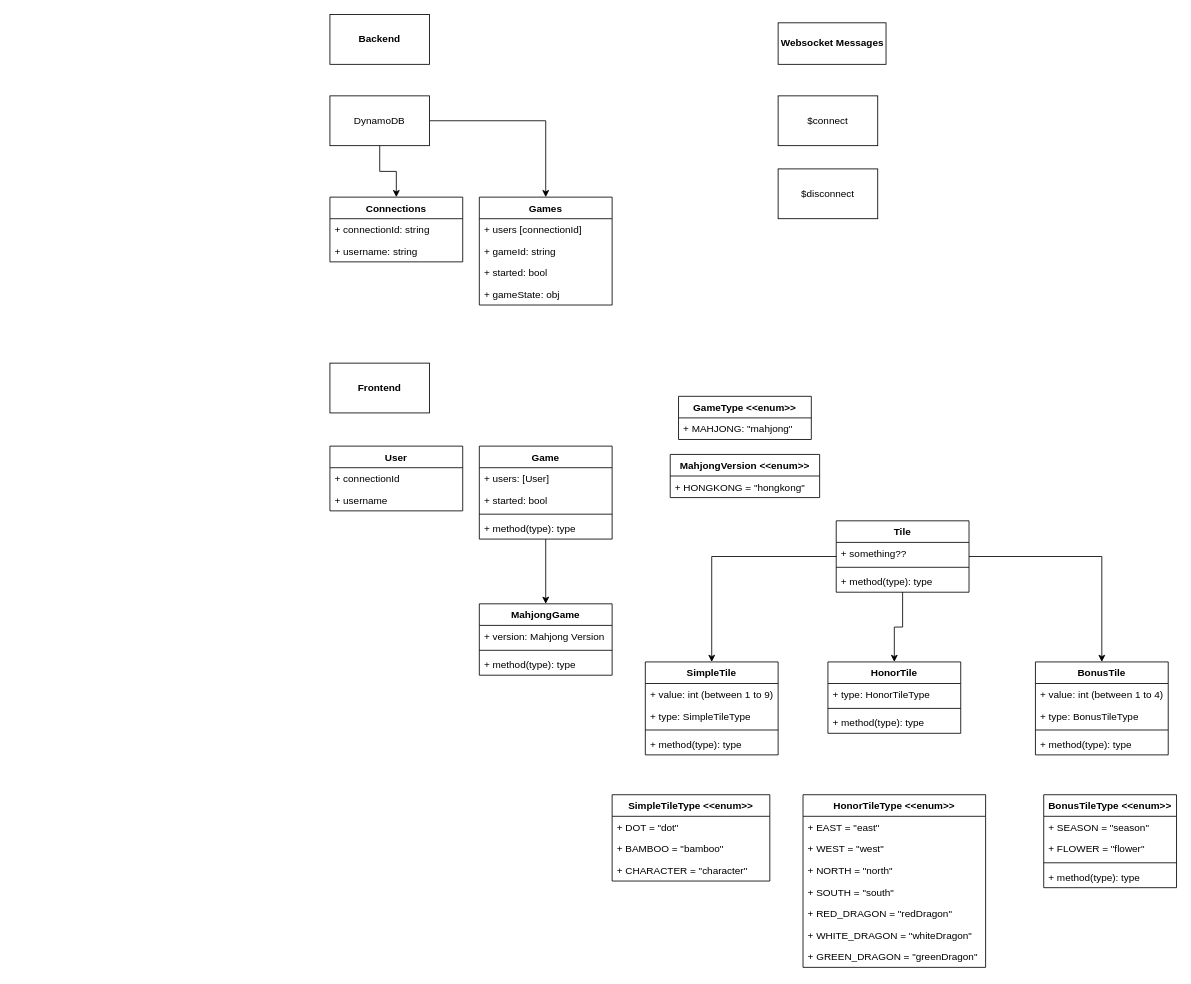
The draw.io diagram docs/Mahjong UML.drawio in GamblingKings/GamblingKingsFrontEnd, before the edit. Source tidied: cells renumbered, new cells numbered last; positions are measured from the earlier drawing's top-left corner, leaving out a move shared by most shapes. Both pictures are drawn from the tidied source at 83%, with x=0, y=0 at pixel (330, 14).
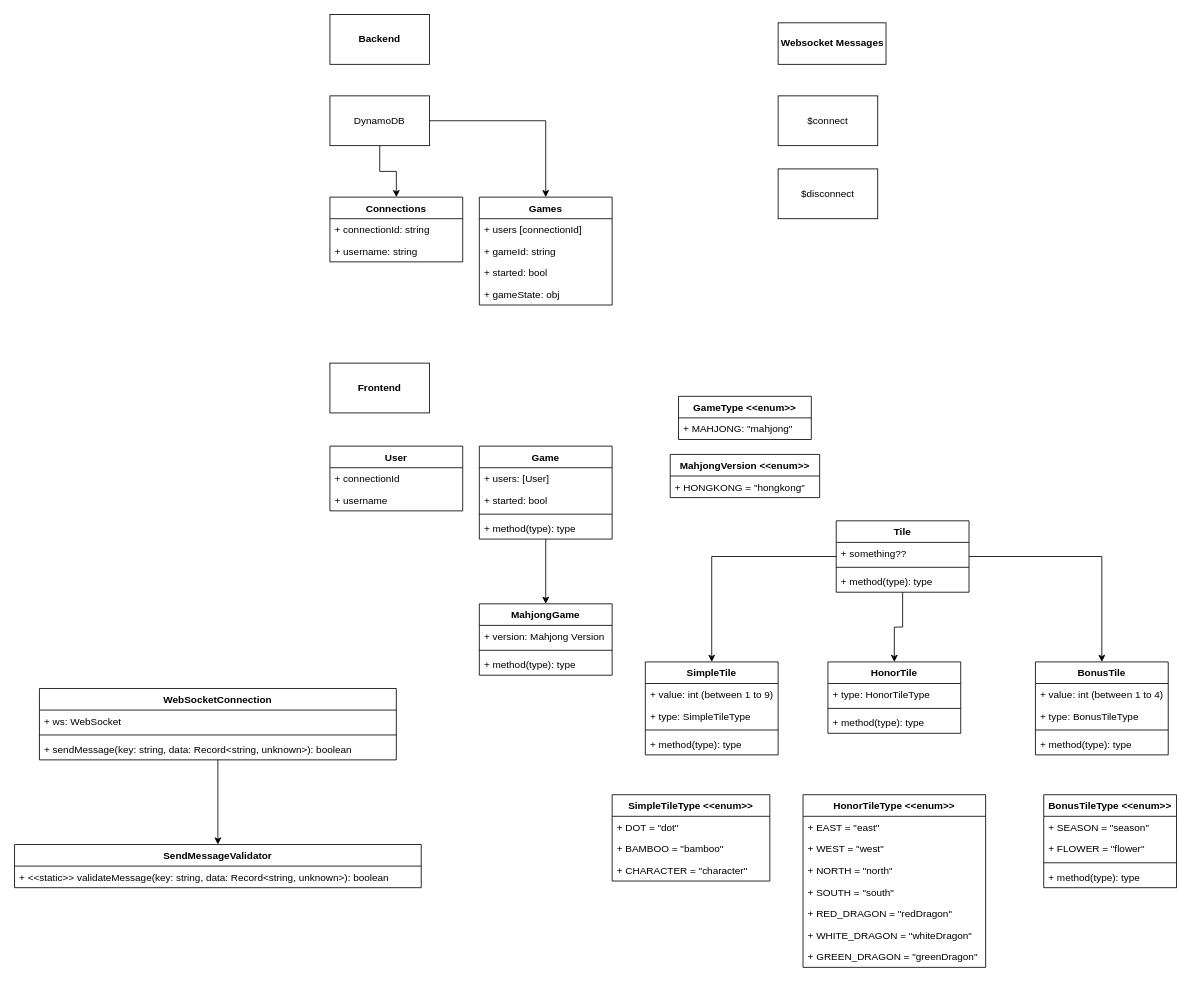
The same page after the edit.

Commit message (it also covers changes not shown here):
Implement WebSocketConnection class.

What changed in the source:
```diff
@@
+    <mxCell id="73" style="edgeStyle=orthogonalEdgeStyle;rounded=0;jettySize=auto;html=1;" parent="1" edge="1" source="74" target="78">
+      <mxGeometry relative="1" as="geometry" />
+    </mxCell>
+    <mxCell id="74" value="WebSocketConnection" style="swimlane;fontStyle=1;align=center;verticalAlign=top;horizontal=1;startSize=26;" parent="1" vertex="1">
+      <mxGeometry x="-350" y="812" width="430" height="86" as="geometry" />
+    </mxCell>
+    <mxCell id="75" value="+ ws: WebSocket" style="text;strokeColor=none;fillColor=none;align=left;verticalAlign=top;spacingLeft=4;spacingRight=4;overflow=hidden;" parent="74" vertex="1">
+      <mxGeometry y="26" width="430" height="26" as="geometry" />
+    </mxCell>
+    <mxCell id="76" style="line;strokeWidth=1;fillColor=none;align=left;verticalAlign=middle;spacingTop=-1;spacingLeft=3;spacingRight=3;labelPosition=right;" parent="74" vertex="1">
+      <mxGeometry y="52" width="430" height="8" as="geometry" />
+    </mxCell>
+    <mxCell id="77" value="+ sendMessage(key: string, data: Record&lt;string, unknown&gt;): boolean" style="text;strokeColor=none;fillColor=none;align=left;verticalAlign=top;spacingLeft=4;spacingRight=4;overflow=hidden;" parent="74" vertex="1">
+      <mxGeometry y="60" width="430" height="26" as="geometry" />
+    </mxCell>
+    <mxCell id="78" value="SendMessageValidator" style="swimlane;fontStyle=1;align=center;verticalAlign=top;horizontal=1;startSize=26;" parent="1" vertex="1">
+      <mxGeometry x="-380" y="1000" width="490" height="52" as="geometry" />
+    </mxCell>
+    <mxCell id="79" value="+ &lt;&lt;static&gt;&gt; validateMessage(key: string, data: Record&lt;string, unknown&gt;): boolean" style="text;strokeColor=none;fillColor=none;align=left;verticalAlign=top;spacingLeft=4;spacingRight=4;overflow=hidden;" parent="78" vertex="1">
+      <mxGeometry y="26" width="490" height="26" as="geometry" />
+    </mxCell>
```
